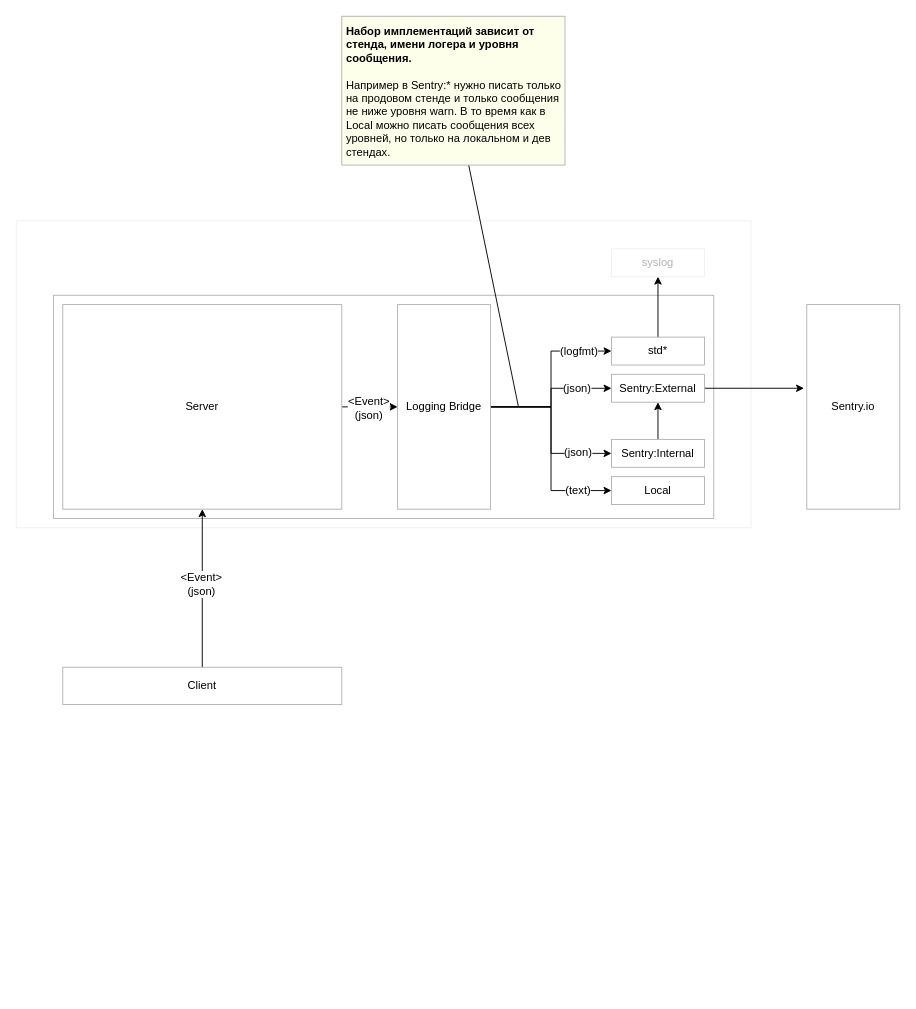
This is tmp.drawio from ajile/draw-io, a draw.io file, before an edit. Source tidied: cells renumbered, new cells numbered last; positions are measured from the earlier drawing's top-left corner, leaving out a move shared by most shapes. Both pictures are drawn from the tidied source at 93%, with x=0, y=0 at pixel (16, 16).
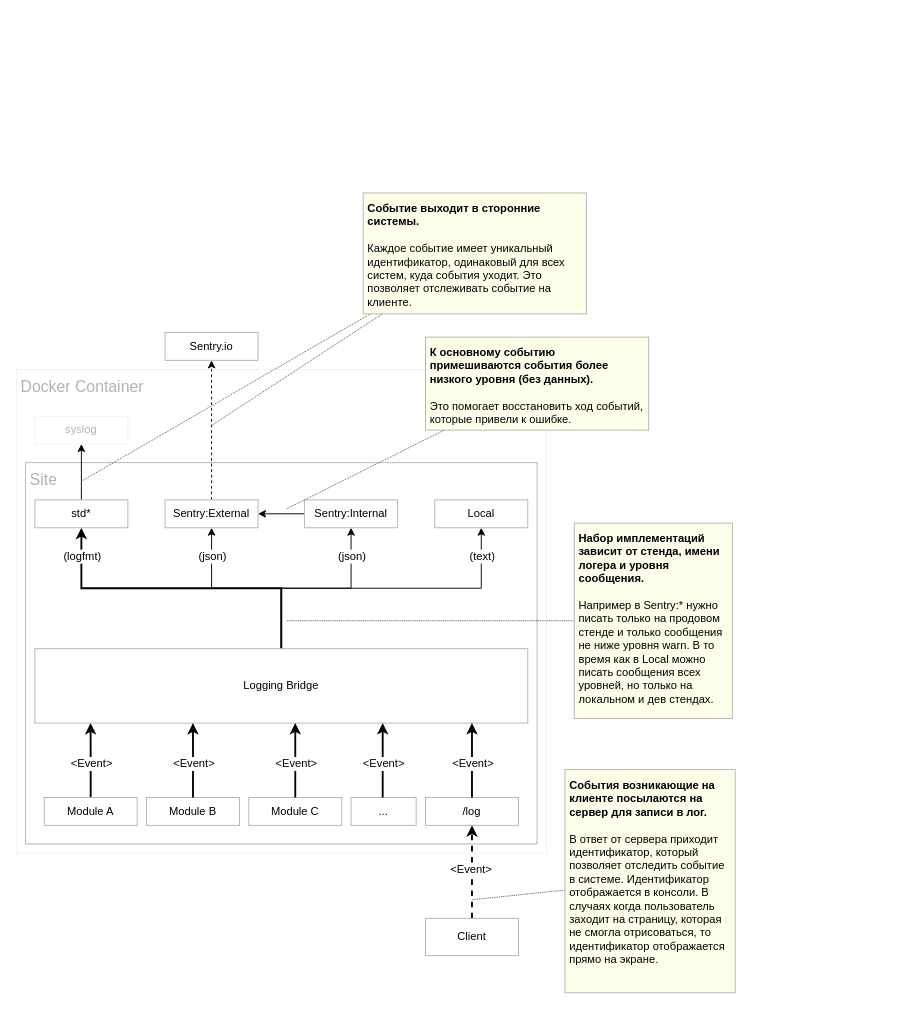
The same page after the edit.

What changed in the source:
```diff
@@
-    <mxCell id="2" style="rounded=0;whiteSpace=wrap;html=1;strokeColor=#F0F0F0;" parent="1" vertex="1">
-      <mxGeometry y="220" width="790" height="330" as="geometry" />
+    <mxCell id="2" value="Docker Container" style="rounded=0;whiteSpace=wrap;html=1;strokeColor=#F0F0F0;fontSize=17;fontColor=#B3B3B3;spacing=5;align=left;verticalAlign=top;" parent="1" vertex="1">
+      <mxGeometry y="380" width="570" height="520" as="geometry" />
     </mxCell>
-    <mxCell id="3" style="rounded=0;whiteSpace=wrap;html=1;strokeColor=#B3B3B3;" parent="1" vertex="1">
-      <mxGeometry x="40" y="300" width="710" height="240" as="geometry" />
+    <mxCell id="3" value="Site&lt;div style=&quot;text-align: left ; font-size: 17px&quot;&gt;&lt;/div&gt;" style="rounded=0;whiteSpace=wrap;html=1;strokeColor=#B3B3B3;align=left;verticalAlign=top;fontSize=17;labelBackgroundColor=none;fontColor=#B3B3B3;spacing=5;" parent="1" vertex="1">
+      <mxGeometry x="10" y="480" width="550" height="410" as="geometry" />
     </mxCell>
-    <mxCell id="4" style="edgeStyle=orthogonalEdgeStyle;rounded=0;jettySize=auto;html=1;" parent="1" edge="1" source="6" target="18">
+    <mxCell id="4" style="edgeStyle=orthogonalEdgeStyle;rounded=0;jettySize=auto;html=1;strokeWidth=2;entryX=0.113;entryY=1;entryDx=0;entryDy=0;entryPerimeter=0;exitX=0.5;exitY=0;exitDx=0;exitDy=0;" parent="1" edge="1" source="33" target="18">
       <mxGeometry relative="1" as="geometry" />
     </mxCell>
-    <mxCell id="5" value="&amp;lt;Event&amp;gt;&lt;br&gt;(json)" style="text;html=1;align=center;verticalAlign=middle;labelBackgroundColor=#ffffff;" parent="4" vertex="1">
+    <mxCell id="5" value="&amp;lt;Event&amp;gt;&lt;br&gt;" style="text;html=1;align=center;verticalAlign=middle;labelBackgroundColor=#ffffff;" parent="4" vertex="1">
       <mxGeometry x="-0.07" relative="1" as="geometry" />
     </mxCell>
-    <mxCell id="6" value="Server" style="rounded=0;whiteSpace=wrap;html=1;strokeColor=#B3B3B3;" parent="1" vertex="1">
-      <mxGeometry x="50" y="310" width="300" height="220" as="geometry" />
-    </mxCell>
-    <mxCell id="7" style="edgeStyle=orthogonalEdgeStyle;rounded=0;jettySize=auto;html=1;entryX=0.5;entryY=1;entryDx=0;entryDy=0;" parent="1" edge="1" source="9" target="6">
+    <mxCell id="7" style="edgeStyle=orthogonalEdgeStyle;rounded=0;jettySize=auto;html=1;entryX=0.5;entryY=1;entryDx=0;entryDy=0;dashed=1;strokeWidth=2;" parent="1" edge="1" source="9" target="35">
       <mxGeometry relative="1" as="geometry" />
     </mxCell>
-    <mxCell id="8" value="&amp;lt;Event&amp;gt;&lt;br&gt;(json)&lt;br&gt;" style="text;html=1;align=center;verticalAlign=middle;labelBackgroundColor=#ffffff;" parent="7" vertex="1">
+    <mxCell id="8" value="&amp;lt;Event&amp;gt;&lt;br&gt;" style="text;html=1;align=center;verticalAlign=middle;labelBackgroundColor=#ffffff;" parent="7" vertex="1">
       <mxGeometry x="0.06" y="2" relative="1" as="geometry" />
     </mxCell>
     <mxCell id="9" value="Client" style="rounded=0;whiteSpace=wrap;html=1;strokeColor=#B3B3B3;" parent="1" vertex="1">
-      <mxGeometry x="50" y="700" width="300" height="40" as="geometry" />
+      <mxGeometry x="440" y="970" width="100" height="40" as="geometry" />
     </mxCell>
-    <mxCell id="10" style="edgeStyle=orthogonalEdgeStyle;rounded=0;jettySize=auto;html=1;entryX=0;entryY=0.5;entryDx=0;entryDy=0;" parent="1" edge="1" source="18" target="20">
+    <mxCell id="10" style="edgeStyle=orthogonalEdgeStyle;rounded=0;jettySize=auto;html=1;entryX=0.5;entryY=1;entryDx=0;entryDy=0;strokeWidth=2;" parent="1" edge="1" source="18" target="20">
       <mxGeometry relative="1" as="geometry" />
     </mxCell>
     <mxCell id="11" value="(logfmt)" style="text;html=1;align=center;verticalAlign=middle;labelBackgroundColor=#ffffff;" parent="10" vertex="1">
       <mxGeometry x="0.57" y="-1" relative="1" as="geometry">
-        <mxPoint x="5" y="-1" as="offset" />
+        <mxPoint x="-9" y="-34" as="offset" />
       </mxGeometry>
     </mxCell>
-    <mxCell id="12" style="edgeStyle=orthogonalEdgeStyle;rounded=0;jettySize=auto;html=1;entryX=0;entryY=0.5;entryDx=0;entryDy=0;" parent="1" edge="1" source="18" target="22">
+    <mxCell id="12" style="edgeStyle=orthogonalEdgeStyle;rounded=0;jettySize=auto;html=1;entryX=0.5;entryY=1;entryDx=0;entryDy=0;" parent="1" edge="1" source="18" target="22">
       <mxGeometry relative="1" as="geometry" />
     </mxCell>
     <mxCell id="13" value="(json)" style="text;html=1;align=center;verticalAlign=middle;labelBackgroundColor=#ffffff;" parent="12" vertex="1">
       <mxGeometry x="0.49" y="-1" relative="1" as="geometry">
-        <mxPoint y="-2" as="offset" />
+        <mxPoint x="-1" y="-22" as="offset" />
       </mxGeometry>
     </mxCell>
-    <mxCell id="14" style="edgeStyle=orthogonalEdgeStyle;rounded=0;jettySize=auto;html=1;entryX=0;entryY=0.5;entryDx=0;entryDy=0;" parent="1" edge="1" source="18" target="24">
+    <mxCell id="14" style="edgeStyle=orthogonalEdgeStyle;rounded=0;jettySize=auto;html=1;entryX=0.5;entryY=1;entryDx=0;entryDy=0;" parent="1" edge="1" source="18" target="24">
       <mxGeometry relative="1" as="geometry" />
     </mxCell>
     <mxCell id="15" value="(json)" style="text;html=1;align=center;verticalAlign=middle;labelBackgroundColor=#ffffff;" parent="14" vertex="1">
       <mxGeometry x="0.53" y="3" relative="1" as="geometry">
-        <mxPoint x="5" y="1" as="offset" />
+        <mxPoint x="3" y="-18" as="offset" />
       </mxGeometry>
     </mxCell>
-    <mxCell id="16" style="edgeStyle=orthogonalEdgeStyle;rounded=0;jettySize=auto;html=1;entryX=0;entryY=0.5;entryDx=0;entryDy=0;" parent="1" edge="1" source="18" target="25">
+    <mxCell id="16" style="edgeStyle=orthogonalEdgeStyle;rounded=0;jettySize=auto;html=1;entryX=0.5;entryY=1;entryDx=0;entryDy=0;" parent="1" edge="1" source="18" target="25">
       <mxGeometry relative="1" as="geometry" />
     </mxCell>
     <mxCell id="17" value="(text)" style="text;html=1;align=center;verticalAlign=middle;labelBackgroundColor=#ffffff;" parent="16" vertex="1">
       <mxGeometry x="0.7" y="-2" relative="1" as="geometry">
-        <mxPoint x="-4" y="-3" as="offset" />
+        <mxPoint x="-2" y="-22" as="offset" />
       </mxGeometry>
     </mxCell>
     <mxCell id="18" value="Logging Bridge&lt;br&gt;" style="rounded=0;whiteSpace=wrap;html=1;strokeColor=#B3B3B3;" parent="1" vertex="1">
-      <mxGeometry x="410" y="310" width="100" height="220" as="geometry" />
+      <mxGeometry x="20" y="680" width="530" height="80" as="geometry" />
     </mxCell>
-    <mxCell id="19" style="edgeStyle=orthogonalEdgeStyle;rounded=0;jettySize=auto;html=1;" parent="1" edge="1" source="20" target="26">
+    <mxCell id="19" style="edgeStyle=orthogonalEdgeStyle;rounded=0;jettySize=auto;html=1;exitX=0.5;exitY=0;exitDx=0;exitDy=0;" parent="1" edge="1" source="20" target="26">
       <mxGeometry relative="1" as="geometry" />
     </mxCell>
     <mxCell id="20" value="std*&lt;br&gt;" style="rounded=0;whiteSpace=wrap;html=1;strokeColor=#B3B3B3;" parent="1" vertex="1">
-      <mxGeometry x="640" y="345" width="100" height="30" as="geometry" />
+      <mxGeometry x="20" y="520" width="100" height="30" as="geometry" />
     </mxCell>
-    <mxCell id="21" style="edgeStyle=orthogonalEdgeStyle;rounded=0;jettySize=auto;html=1;entryX=-0.03;entryY=0.409;entryDx=0;entryDy=0;entryPerimeter=0;" parent="1" edge="1" source="22" target="27">
+    <mxCell id="21" style="edgeStyle=orthogonalEdgeStyle;rounded=0;jettySize=auto;html=1;entryX=0.5;entryY=1;entryDx=0;entryDy=0;dashed=1;" parent="1" edge="1" source="22" target="27">
       <mxGeometry relative="1" as="geometry" />
     </mxCell>
-    <mxCell id="22" value="&lt;span&gt;Sentry:External&lt;/span&gt;" style="rounded=0;whiteSpace=wrap;html=1;strokeColor=#B3B3B3;" parent="1" vertex="1">
-      <mxGeometry x="640" y="385" width="100" height="30" as="geometry" />
-    </mxCell>
-    <mxCell id="23" style="edgeStyle=orthogonalEdgeStyle;rounded=0;jettySize=auto;html=1;entryX=0.5;entryY=1;entryDx=0;entryDy=0;" parent="1" edge="1" source="24" target="22">
+    <mxCell id="23" style="edgeStyle=orthogonalEdgeStyle;rounded=0;jettySize=auto;html=1;entryX=1;entryY=0.5;entryDx=0;entryDy=0;" parent="1" edge="1" source="24" target="22">
       <mxGeometry relative="1" as="geometry" />
     </mxCell>
     <mxCell id="24" value="Sentry:Internal&lt;br&gt;" style="rounded=0;whiteSpace=wrap;html=1;strokeColor=#B3B3B3;" parent="1" vertex="1">
-      <mxGeometry x="640" y="455" width="100" height="30" as="geometry" />
+      <mxGeometry x="310" y="520" width="100" height="30" as="geometry" />
     </mxCell>
     <mxCell id="25" value="Local&lt;br&gt;" style="rounded=0;whiteSpace=wrap;html=1;strokeColor=#B3B3B3;" parent="1" vertex="1">
-      <mxGeometry x="640" y="495" width="100" height="30" as="geometry" />
+      <mxGeometry x="450" y="520" width="100" height="30" as="geometry" />
     </mxCell>
     <mxCell id="26" value="syslog" style="rounded=0;whiteSpace=wrap;html=1;strokeColor=#F0F0F0;fontColor=#B3B3B3;" parent="1" vertex="1">
-      <mxGeometry x="640" y="250" width="100" height="30" as="geometry" />
+      <mxGeometry x="20" y="430" width="100" height="30" as="geometry" />
     </mxCell>
     <mxCell id="27" value="Sentry.io&lt;br&gt;" style="rounded=0;whiteSpace=wrap;html=1;strokeColor=#B3B3B3;" parent="1" vertex="1">
-      <mxGeometry x="850" y="310" width="100" height="220" as="geometry" />
+      <mxGeometry x="160" y="340" width="100" height="30" as="geometry" />
     </mxCell>
+    <mxCell id="22" value="&lt;span&gt;Sentry:External&lt;/span&gt;" style="rounded=0;whiteSpace=wrap;html=1;strokeColor=#B3B3B3;" parent="1" vertex="1">
+      <mxGeometry x="160" y="520" width="100" height="30" as="geometry" />
+    </mxCell>
+    <mxCell id="31" value="&lt;b&gt;К основному событию примешиваются события более низкого уровня (без данных).&lt;/b&gt;&lt;br&gt;&lt;br&gt;Это помогает восстановить ход событий, которые привели к ошибке.&lt;br&gt;" style="text;html=1;strokeColor=#B3B3B3;fillColor=#FEFFEB;align=left;verticalAlign=top;whiteSpace=wrap;rounded=0;spacing=5;" parent="1" vertex="1">
+      <mxGeometry x="440" y="345" width="240" height="100" as="geometry" />
+    </mxCell>
+    <mxCell id="32" style="edgeStyle=none;rounded=0;jettySize=auto;html=1;endArrow=none;endFill=0;fontColor=#B3B3B3;dashed=1;strokeColor=#4D4D4D;dashPattern=1 1;" parent="1" edge="1" source="31">
+      <mxGeometry relative="1" as="geometry">
+        <mxPoint x="290" y="530" as="targetPoint" />
+      </mxGeometry>
+    </mxCell>
+    <mxCell id="33" value="Module A" style="rounded=0;whiteSpace=wrap;html=1;strokeColor=#B3B3B3;" parent="1" vertex="1">
+      <mxGeometry x="30" y="840" width="100" height="30" as="geometry" />
+    </mxCell>
+    <mxCell id="34" value="Module B" style="rounded=0;whiteSpace=wrap;html=1;strokeColor=#B3B3B3;" parent="1" vertex="1">
+      <mxGeometry x="140" y="840" width="100" height="30" as="geometry" />
+    </mxCell>
+    <mxCell id="35" value="/log" style="rounded=0;whiteSpace=wrap;html=1;strokeColor=#B3B3B3;" parent="1" vertex="1">
+      <mxGeometry x="440" y="840" width="100" height="30" as="geometry" />
+    </mxCell>
+    <mxCell id="36" value="Module C" style="rounded=0;whiteSpace=wrap;html=1;strokeColor=#B3B3B3;" parent="1" vertex="1">
+      <mxGeometry x="250" y="840" width="100" height="30" as="geometry" />
+    </mxCell>
+    <mxCell id="37" value="..." style="rounded=0;whiteSpace=wrap;html=1;strokeColor=#B3B3B3;" parent="1" vertex="1">
+      <mxGeometry x="360" y="840" width="70" height="30" as="geometry" />
+    </mxCell>
+    <mxCell id="38" style="edgeStyle=orthogonalEdgeStyle;rounded=0;orthogonalLoop=1;jettySize=auto;html=1;strokeWidth=2;entryX=0.113;entryY=1;entryDx=0;entryDy=0;entryPerimeter=0;exitX=0.5;exitY=0;exitDx=0;exitDy=0;" parent="1" edge="1">
+      <mxGeometry relative="1" as="geometry">
+        <mxPoint x="190" y="840" as="sourcePoint" />
+        <mxPoint x="190" y="760" as="targetPoint" />
+      </mxGeometry>
+    </mxCell>
+    <mxCell id="39" value="&amp;lt;Event&amp;gt;&lt;br&gt;" style="text;html=1;align=center;verticalAlign=middle;labelBackgroundColor=#ffffff;" parent="38" vertex="1">
+      <mxGeometry x="-0.07" relative="1" as="geometry" />
+    </mxCell>
+    <mxCell id="40" style="edgeStyle=orthogonalEdgeStyle;rounded=0;orthogonalLoop=1;jettySize=auto;html=1;strokeWidth=2;entryX=0.113;entryY=1;entryDx=0;entryDy=0;entryPerimeter=0;exitX=0.5;exitY=0;exitDx=0;exitDy=0;" parent="1" edge="1">
+      <mxGeometry relative="1" as="geometry">
+        <mxPoint x="300" y="840" as="sourcePoint" />
+        <mxPoint x="300" y="760" as="targetPoint" />
+      </mxGeometry>
+    </mxCell>
+    <mxCell id="41" value="&amp;lt;Event&amp;gt;&lt;br&gt;" style="text;html=1;align=center;verticalAlign=middle;labelBackgroundColor=#ffffff;" parent="40" vertex="1">
+      <mxGeometry x="-0.07" relative="1" as="geometry" />
+    </mxCell>
+    <mxCell id="42" style="edgeStyle=orthogonalEdgeStyle;rounded=0;orthogonalLoop=1;jettySize=auto;html=1;strokeWidth=2;entryX=0.113;entryY=1;entryDx=0;entryDy=0;entryPerimeter=0;exitX=0.5;exitY=0;exitDx=0;exitDy=0;" parent="1" edge="1">
+      <mxGeometry relative="1" as="geometry">
+        <mxPoint x="394" y="840" as="sourcePoint" />
+        <mxPoint x="394" y="760" as="targetPoint" />
+      </mxGeometry>
+    </mxCell>
+    <mxCell id="43" value="&amp;lt;Event&amp;gt;&lt;br&gt;" style="text;html=1;align=center;verticalAlign=middle;labelBackgroundColor=#ffffff;" parent="42" vertex="1">
+      <mxGeometry x="-0.07" relative="1" as="geometry" />
+    </mxCell>
+    <mxCell id="44" style="edgeStyle=orthogonalEdgeStyle;rounded=0;orthogonalLoop=1;jettySize=auto;html=1;strokeWidth=2;entryX=0.113;entryY=1;entryDx=0;entryDy=0;entryPerimeter=0;exitX=0.5;exitY=0;exitDx=0;exitDy=0;" parent="1" edge="1">
+      <mxGeometry relative="1" as="geometry">
+        <mxPoint x="490" y="840" as="sourcePoint" />
+        <mxPoint x="490" y="760" as="targetPoint" />
+      </mxGeometry>
+    </mxCell>
+    <mxCell id="45" value="&amp;lt;Event&amp;gt;&lt;br&gt;" style="text;html=1;align=center;verticalAlign=middle;labelBackgroundColor=#ffffff;" parent="44" vertex="1">
+      <mxGeometry x="-0.07" relative="1" as="geometry" />
+    </mxCell>
@@
-    <mxCell id="29" style="edgeStyle=none;rounded=0;jettySize=auto;html=1;endArrow=none;endFill=0;" parent="28" edge="1" source="30">
+    <mxCell id="29" style="edgeStyle=none;rounded=0;jettySize=auto;html=1;endArrow=none;endFill=0;dashed=1;strokeColor=#4D4D4D;dashPattern=1 1;" parent="28" edge="1" source="30">
       <mxGeometry relative="1" as="geometry">
-        <mxPoint x="540" y="420" as="targetPoint" />
+        <mxPoint x="290" y="650" as="targetPoint" />
       </mxGeometry>
     </mxCell>
     <mxCell id="30" value="&lt;b&gt;Набор имплементаций зависит от стенда, имени логера и уровня сообщения.&lt;/b&gt;&lt;br&gt;&lt;br&gt;Например в&amp;nbsp;Sentry:* нужно писать только на продовом стенде и только сообщения не ниже уровня&amp;nbsp;warn. В то время как в Local можно писать сообщения всех уровней, но только на локальном и дев стендах.&lt;br&gt;" style="text;html=1;strokeColor=#B3B3B3;fillColor=#FEFFEB;align=left;verticalAlign=top;whiteSpace=wrap;rounded=0;spacing=5;" parent="28" vertex="1">
-      <mxGeometry x="350" width="240" height="160" as="geometry" />
+      <mxGeometry x="600" y="545" width="170" height="210" as="geometry" />
     </mxCell>
+    <mxCell id="46" style="edgeStyle=none;rounded=0;jettySize=auto;html=1;endArrow=none;endFill=0;fontColor=#B3B3B3;dashed=1;strokeColor=#4D4D4D;dashPattern=1 1;" parent="28" edge="1" source="47">
+      <mxGeometry relative="1" as="geometry">
+        <mxPoint x="490" y="950" as="targetPoint" />
+      </mxGeometry>
+    </mxCell>
+    <mxCell id="47" value="&lt;b&gt;События возникающие на клиенте посылаются на сервер для записи в лог.&lt;/b&gt;&lt;br&gt;&lt;br&gt;В ответ от сервера приходит идентификатор, который позволяет отследить событие в системе. Идентификатор отображается в консоли. В случаях когда пользователь заходит на страницу, которая не смогла отрисоваться, то идентификатор отображается прямо на экране.&lt;br&gt;" style="text;html=1;strokeColor=#B3B3B3;fillColor=#FEFFEB;align=left;verticalAlign=top;whiteSpace=wrap;rounded=0;spacing=5;" parent="28" vertex="1">
+      <mxGeometry x="590" y="810" width="183" height="240" as="geometry" />
+    </mxCell>
+    <mxCell id="48" style="edgeStyle=none;rounded=0;jettySize=auto;html=1;endArrow=none;endFill=0;fontColor=#B3B3B3;dashed=1;strokeColor=#4D4D4D;dashPattern=1 1;" parent="28" edge="1" source="50">
+      <mxGeometry relative="1" as="geometry">
+        <mxPoint x="210" y="440" as="targetPoint" />
+      </mxGeometry>
+    </mxCell>
+    <mxCell id="49" style="edgeStyle=none;rounded=0;jettySize=auto;html=1;endArrow=none;endFill=0;fontColor=#B3B3B3;dashed=1;strokeColor=#4D4D4D;dashPattern=1 1;" parent="28" edge="1" source="50">
+      <mxGeometry relative="1" as="geometry">
+        <mxPoint x="70" y="500" as="targetPoint" />
+      </mxGeometry>
+    </mxCell>
+    <mxCell id="50" value="&lt;b&gt;Событие выходит в сторонние системы.&lt;/b&gt;&lt;br&gt;&lt;br&gt;Каждое событие имеет уникальный идентификатор, одинаковый для всех систем, куда события уходит. Это позволяет отслеживать событие на клиенте.&lt;br&gt;" style="text;html=1;strokeColor=#B3B3B3;fillColor=#FEFFEB;align=left;verticalAlign=top;whiteSpace=wrap;rounded=0;spacing=5;" parent="28" vertex="1">
+      <mxGeometry x="373" y="190" width="240" height="130" as="geometry" />
+    </mxCell>
```
